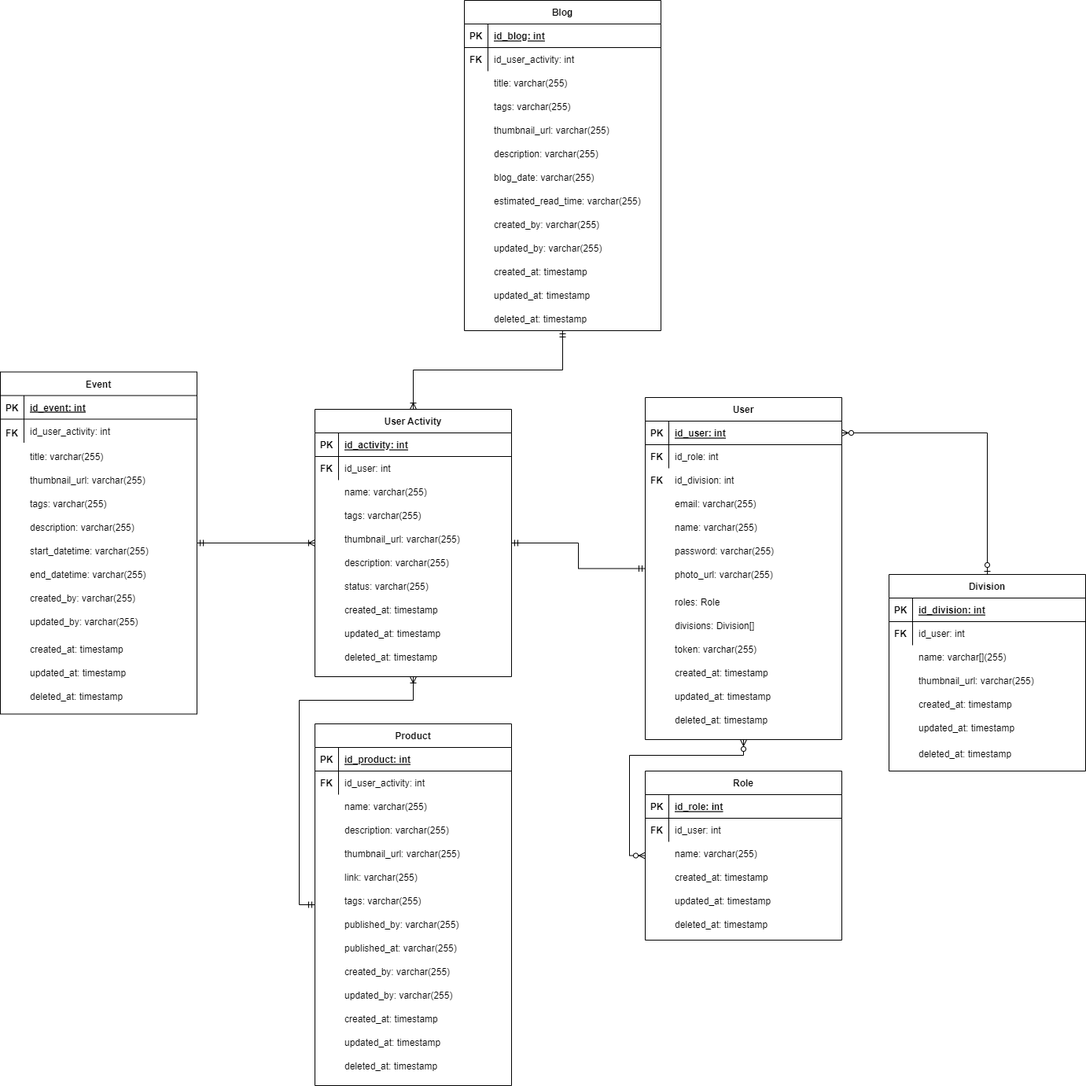
Earlier version of the draw.io export public/ERD Laboratorium Advance Software Engineer.png (RafiAndeo/mini-project). Source tidied: cells renumbered, new cells last; positions are measured from the earlier drawing's top-left corner, leaving out a move shared by most shapes.
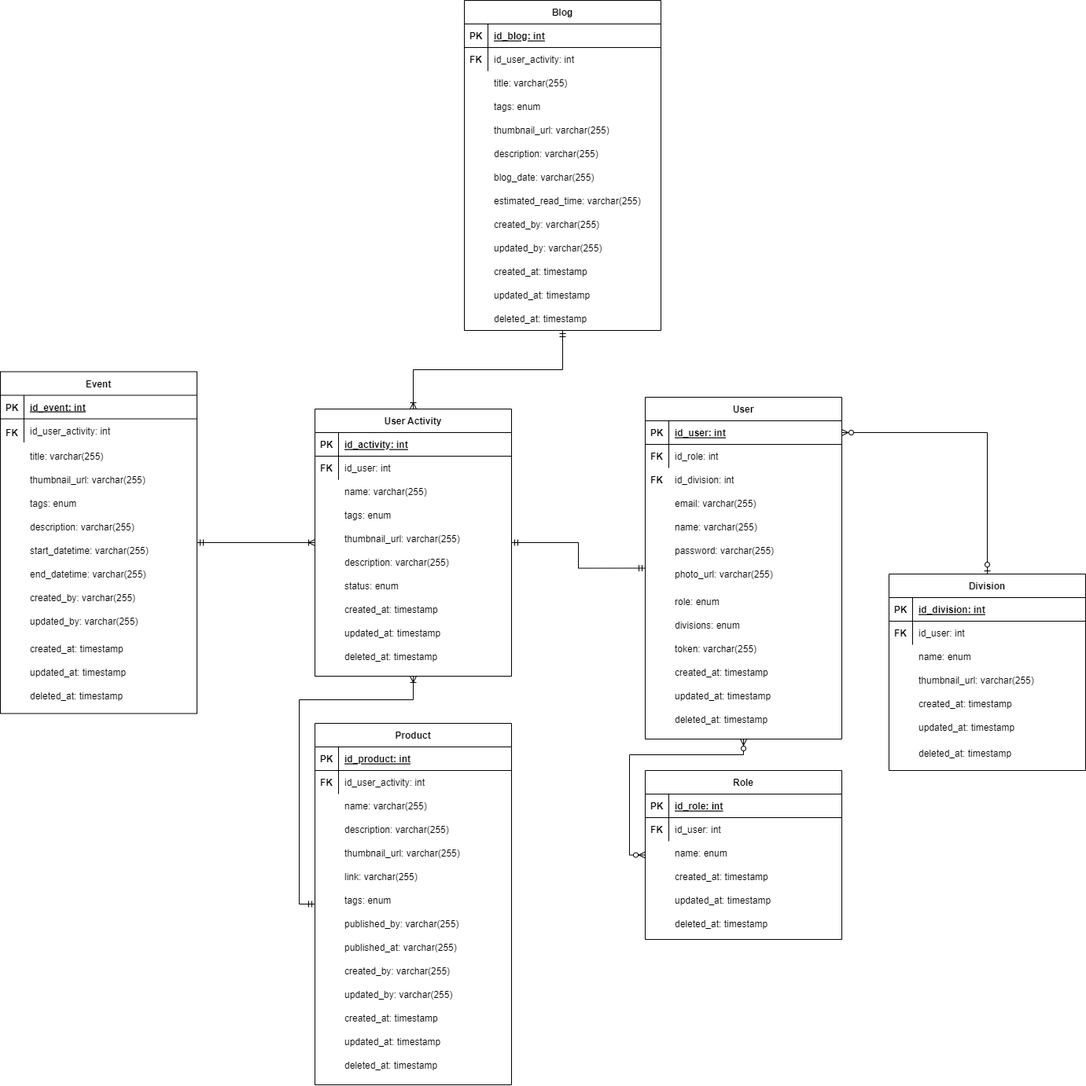
After the commit.

Change to the diagram source:
```diff
@@ -53,7 +53,7 @@
     <mxCell id="18" value="id_user_activity: int" style="shape=partialRectangle;overflow=hidden;fillColor=none;top=0;left=0;bottom=0;right=0;align=left;spacingLeft=6;" parent="16" vertex="1">
       <mxGeometry x="30" width="220" height="30" as="geometry" />
     </mxCell>
-    <mxCell id="19" value="tags: varchar(255)" style="shape=partialRectangle;overflow=hidden;fillColor=none;top=0;left=0;bottom=0;right=0;align=left;spacingLeft=6;" parent="1" vertex="1">
+    <mxCell id="19" value="tags: enum" style="shape=partialRectangle;overflow=hidden;fillColor=none;top=0;left=0;bottom=0;right=0;align=left;spacingLeft=6;" parent="1" vertex="1">
       <mxGeometry x="620" y="120" width="220" height="30" as="geometry" />
     </mxCell>
     <mxCell id="20" value="thumbnail_url: varchar(255)" style="shape=partialRectangle;overflow=hidden;fillColor=none;top=0;left=0;bottom=0;right=0;align=left;spacingLeft=6;" parent="1" vertex="1">
@@ -107,7 +107,7 @@
     <mxCell id="36" style="shape=partialRectangle;overflow=hidden;fillColor=none;top=0;left=0;bottom=0;right=0;align=left;spacingLeft=6;" parent="34" vertex="1">
       <mxGeometry x="30" width="220" height="30" as="geometry" />
     </mxCell>
-    <mxCell id="37" value="name: varchar(255)" style="shape=partialRectangle;overflow=hidden;fillColor=none;top=0;left=0;bottom=0;right=0;align=left;spacingLeft=6;" parent="1" vertex="1">
+    <mxCell id="37" value="name: enum" style="shape=partialRectangle;overflow=hidden;fillColor=none;top=0;left=0;bottom=0;right=0;align=left;spacingLeft=6;" parent="1" vertex="1">
       <mxGeometry x="850" y="1070" width="220" height="30" as="geometry" />
     </mxCell>
     <mxCell id="38" value="email: varchar(255)" style="shape=partialRectangle;overflow=hidden;fillColor=none;top=0;left=0;bottom=0;right=0;align=left;spacingLeft=6;" parent="1" vertex="1">
@@ -185,7 +185,7 @@
     <mxCell id="62" value="deleted_at: timestamp" style="shape=partialRectangle;overflow=hidden;fillColor=none;top=0;left=0;bottom=0;right=0;align=left;spacingLeft=6;" parent="1" vertex="1">
       <mxGeometry x="30" y="870" width="220" height="30" as="geometry" />
     </mxCell>
-    <mxCell id="63" value="tags: varchar(255)" style="shape=partialRectangle;overflow=hidden;fillColor=none;top=0;left=0;bottom=0;right=0;align=left;spacingLeft=6;" parent="1" vertex="1">
+    <mxCell id="63" value="tags: enum" style="shape=partialRectangle;overflow=hidden;fillColor=none;top=0;left=0;bottom=0;right=0;align=left;spacingLeft=6;" parent="1" vertex="1">
       <mxGeometry x="30" y="625" width="220" height="30" as="geometry" />
     </mxCell>
     <mxCell id="64" value="created_by: varchar(255)" style="shape=partialRectangle;overflow=hidden;fillColor=none;top=0;left=0;bottom=0;right=0;align=left;spacingLeft=6;" parent="1" vertex="1">
@@ -248,7 +248,7 @@
     <mxCell id="83" value="published_by: varchar(255)" style="shape=partialRectangle;overflow=hidden;fillColor=none;top=0;left=0;bottom=0;right=0;align=left;spacingLeft=6;" parent="1" vertex="1">
       <mxGeometry x="430" y="1160" width="220" height="30" as="geometry" />
     </mxCell>
-    <mxCell id="84" value="tags: varchar(255)" style="shape=partialRectangle;overflow=hidden;fillColor=none;top=0;left=0;bottom=0;right=0;align=left;spacingLeft=6;" parent="1" vertex="1">
+    <mxCell id="84" value="tags: enum" style="shape=partialRectangle;overflow=hidden;fillColor=none;top=0;left=0;bottom=0;right=0;align=left;spacingLeft=6;" parent="1" vertex="1">
       <mxGeometry x="430" y="1130" width="220" height="30" as="geometry" />
     </mxCell>
     <mxCell id="85" style="edgeStyle=orthogonalEdgeStyle;rounded=0;jettySize=auto;html=1;entryX=0.5;entryY=1;entryDx=0;entryDy=0;startArrow=ERmandOne;startFill=0;endArrow=ERoneToMany;endFill=0;exitX=0;exitY=0.5;exitDx=0;exitDy=0;" parent="1" edge="1" source="68" target="104">
@@ -257,7 +257,7 @@
     <mxCell id="86" value="updated_by: varchar(255)" style="shape=partialRectangle;overflow=hidden;fillColor=none;top=0;left=0;bottom=0;right=0;align=left;spacingLeft=6;" parent="1" vertex="1">
       <mxGeometry x="430" y="1250" width="220" height="30" as="geometry" />
     </mxCell>
-    <mxCell id="87" value="name: varchar[](255)" style="shape=partialRectangle;overflow=hidden;fillColor=none;top=0;left=0;bottom=0;right=0;align=left;spacingLeft=6;" parent="1" vertex="1">
+    <mxCell id="87" value="name: enum" style="shape=partialRectangle;overflow=hidden;fillColor=none;top=0;left=0;bottom=0;right=0;align=left;spacingLeft=6;" parent="1" vertex="1">
       <mxGeometry x="1160" y="820" width="220" height="30" as="geometry" />
     </mxCell>
     <mxCell id="88" value="thumbnail_url: varchar(255)" style="shape=partialRectangle;overflow=hidden;fillColor=none;top=0;left=0;bottom=0;right=0;align=left;spacingLeft=6;" parent="1" vertex="1">
@@ -299,10 +299,10 @@
     <mxCell id="100" value="deleted_at: timestamp" style="shape=partialRectangle;overflow=hidden;fillColor=none;top=0;left=0;bottom=0;right=0;align=left;spacingLeft=6;" parent="1" vertex="1">
       <mxGeometry x="1160" y="940" width="220" height="35" as="geometry" />
     </mxCell>
-    <mxCell id="101" value="roles: Role" style="shape=partialRectangle;overflow=hidden;fillColor=none;top=0;left=0;bottom=0;right=0;align=left;spacingLeft=6;" parent="1" vertex="1">
+    <mxCell id="101" value="role: enum" style="shape=partialRectangle;overflow=hidden;fillColor=none;top=0;left=0;bottom=0;right=0;align=left;spacingLeft=6;" parent="1" vertex="1">
       <mxGeometry x="850" y="750" width="220" height="30" as="geometry" />
     </mxCell>
-    <mxCell id="102" value="divisions: Division[]" style="shape=partialRectangle;overflow=hidden;fillColor=none;top=0;left=0;bottom=0;right=0;align=left;spacingLeft=6;" parent="1" vertex="1">
+    <mxCell id="102" value="divisions: enum" style="shape=partialRectangle;overflow=hidden;fillColor=none;top=0;left=0;bottom=0;right=0;align=left;spacingLeft=6;" parent="1" vertex="1">
       <mxGeometry x="850" y="780" width="220" height="30" as="geometry" />
     </mxCell>
     <mxCell id="103" style="edgeStyle=orthogonalEdgeStyle;rounded=0;jettySize=auto;html=1;entryX=0;entryY=0.5;entryDx=0;entryDy=0;endArrow=ERmandOne;endFill=0;startArrow=ERmandOne;startFill=0;" parent="1" edge="1" source="104" target="3">
@@ -335,13 +335,13 @@
     <mxCell id="112" value="name: varchar(255)" style="shape=partialRectangle;overflow=hidden;fillColor=none;top=0;left=0;bottom=0;right=0;align=left;spacingLeft=6;" parent="1" vertex="1">
       <mxGeometry x="430" y="610" width="220" height="30" as="geometry" />
     </mxCell>
-    <mxCell id="113" value="tags: varchar(255)" style="shape=partialRectangle;overflow=hidden;fillColor=none;top=0;left=0;bottom=0;right=0;align=left;spacingLeft=6;" parent="1" vertex="1">
+    <mxCell id="113" value="tags: enum" style="shape=partialRectangle;overflow=hidden;fillColor=none;top=0;left=0;bottom=0;right=0;align=left;spacingLeft=6;" parent="1" vertex="1">
       <mxGeometry x="430" y="640" width="220" height="30" as="geometry" />
     </mxCell>
     <mxCell id="114" value="thumbnail_url: varchar(255)" style="shape=partialRectangle;overflow=hidden;fillColor=none;top=0;left=0;bottom=0;right=0;align=left;spacingLeft=6;" parent="1" vertex="1">
       <mxGeometry x="430" y="670" width="220" height="30" as="geometry" />
     </mxCell>
-    <mxCell id="115" value="status: varchar(255)" style="shape=partialRectangle;overflow=hidden;fillColor=none;top=0;left=0;bottom=0;right=0;align=left;spacingLeft=6;" parent="1" vertex="1">
+    <mxCell id="115" value="status: enum" style="shape=partialRectangle;overflow=hidden;fillColor=none;top=0;left=0;bottom=0;right=0;align=left;spacingLeft=6;" parent="1" vertex="1">
       <mxGeometry x="430" y="730" width="220" height="30" as="geometry" />
     </mxCell>
     <mxCell id="116" value="description: varchar(255)" style="shape=partialRectangle;overflow=hidden;fillColor=none;top=0;left=0;bottom=0;right=0;align=left;spacingLeft=6;" parent="1" vertex="1">
```
